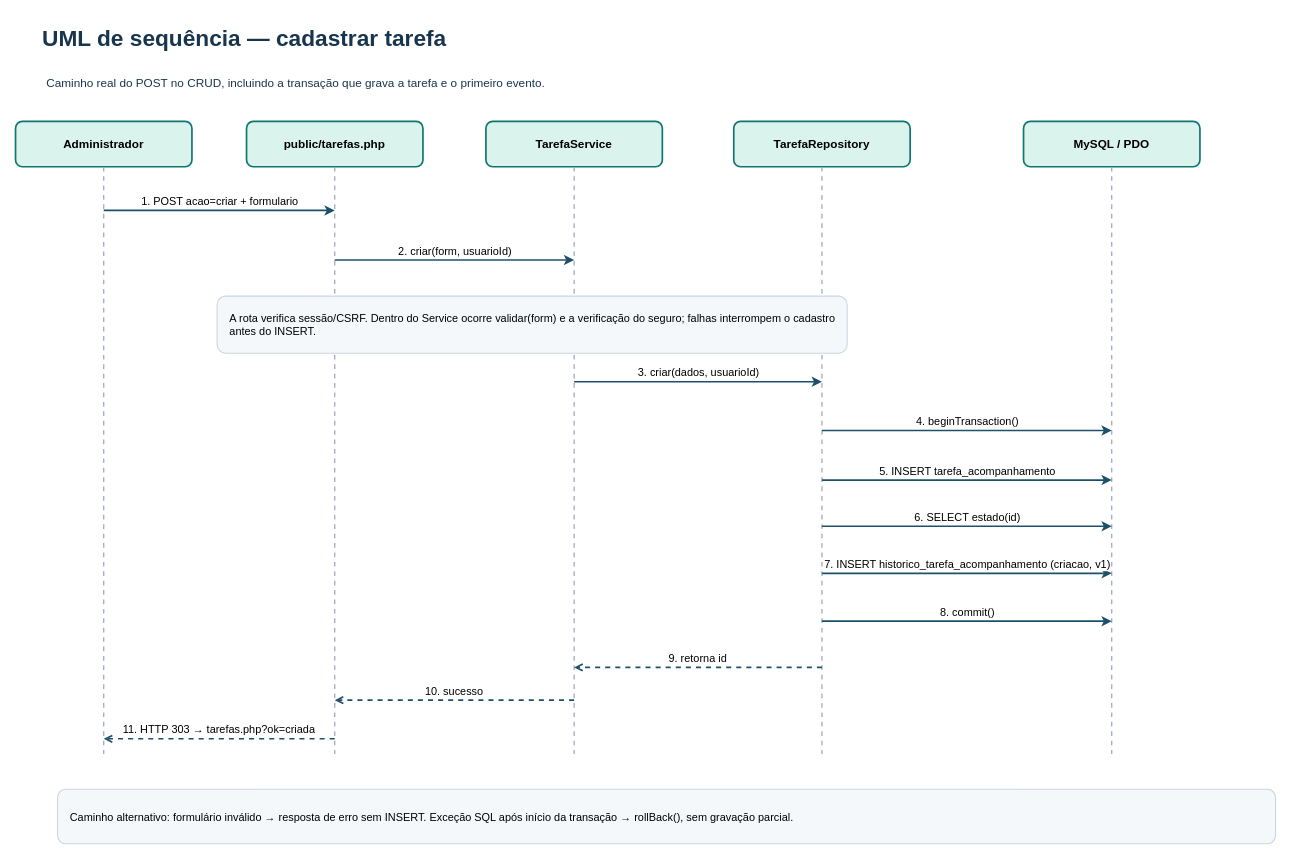
Earlier version of the draw.io diagram diagramas-corrigidos-editaveis/06-sequencia-cadastro.drawio (brunorobertocataneo/Monitorrenova). Source tidied: cells renumbered, new cells numbered last; positions are measured from the earlier drawing's top-left corner, leaving out a move shared by most shapes. Both pictures are drawn from the tidied source at 84%, with x=0, y=0 at pixel (15, 14).
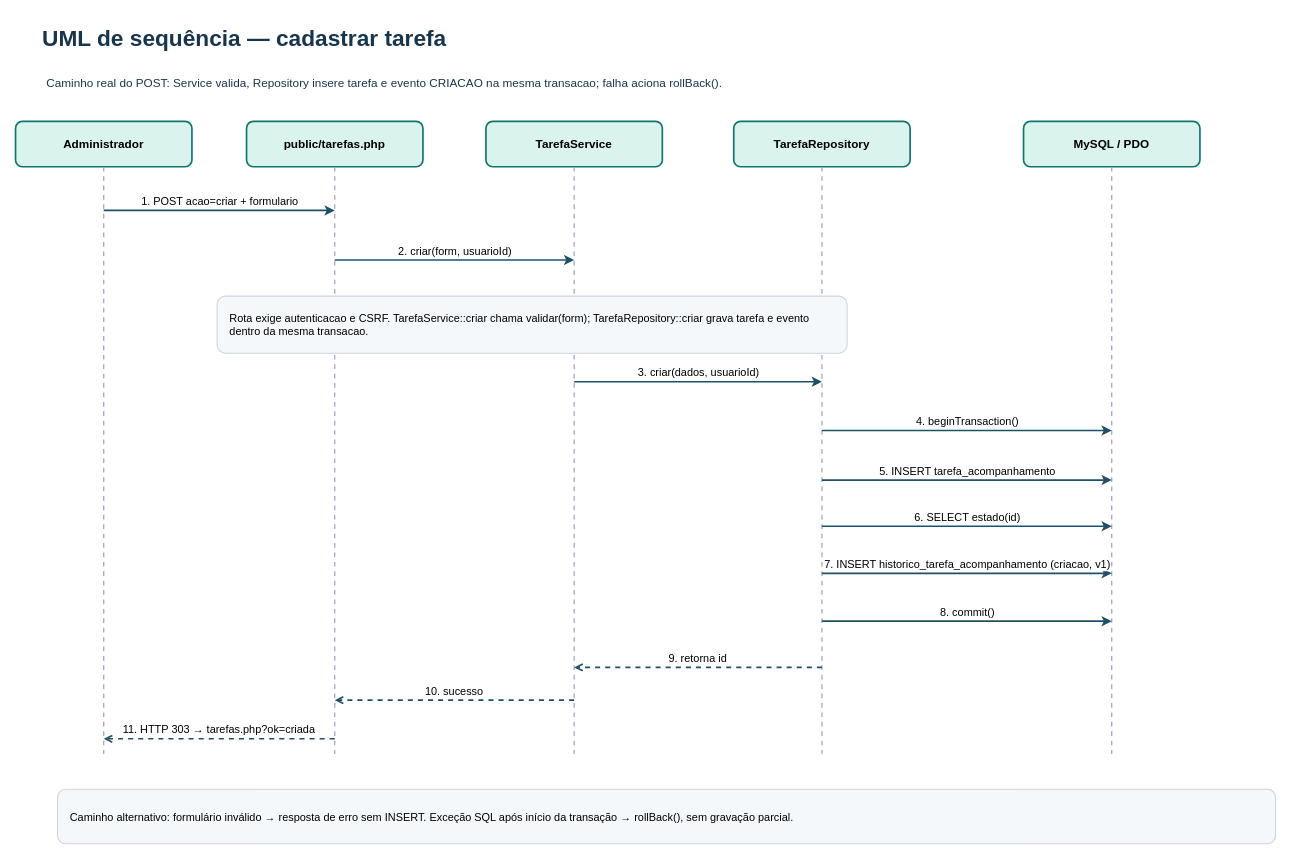
The same page after the edit.

Change to the diagram source:
```diff
@@
-    <mxCell id="3" value="Caminho real do POST no CRUD, incluindo a transação que grava a tarefa e o primeiro evento." style="rounded=0;whiteSpace=wrap;html=1;fillColor=none;strokeColor=none;align=left;verticalAlign=middle;fontSize=14;fontColor=#18354E;" parent="1" vertex="1">
+    <mxCell id="3" value="Caminho real do POST: Service valida, Repository insere tarefa e evento CRIACAO na mesma transacao; falha aciona rollBack()." style="rounded=0;whiteSpace=wrap;html=1;fillColor=none;strokeColor=none;align=left;verticalAlign=middle;fontSize=14;fontColor=#18354E;" parent="1" vertex="1">
       <mxGeometry x="35" y="58" width="1490" height="45" as="geometry" />
     </mxCell>
@@
-    <mxCell id="16" value="A rota verifica sessão/CSRF. Dentro do Service ocorre validar(form) e a verificação do seguro; falhas interrompem o cadastro antes do INSERT." style="rounded=1;whiteSpace=wrap;html=1;fillColor=#F5F8FB;strokeColor=#CBD5E1;strokeWidth=1.3;align=left;verticalAlign=middle;spacing=15;fontSize=13;" parent="1" vertex="1">
+    <mxCell id="16" value="Rota exige autenticacao e CSRF. TarefaService::criar chama validar(form); TarefaRepository::criar grava tarefa e evento dentro da mesma transacao." style="rounded=1;whiteSpace=wrap;html=1;fillColor=#F5F8FB;strokeColor=#CBD5E1;strokeWidth=1.3;align=left;verticalAlign=middle;spacing=15;fontSize=13;" parent="1" vertex="1">
       <mxGeometry x="240" y="335" width="750" height="68" as="geometry" />
     </mxCell>
```
